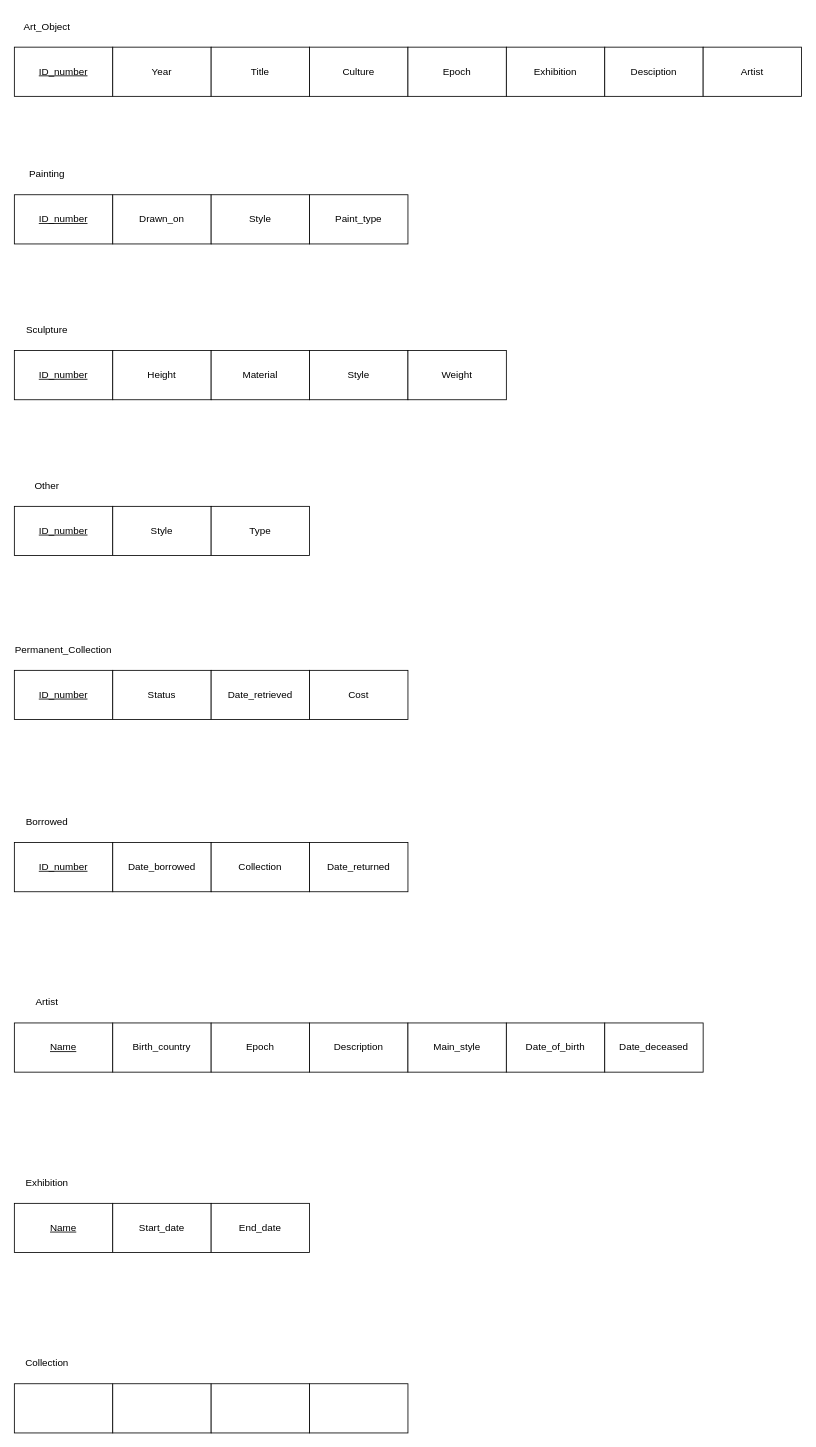
This is EERD.drawio from ENSF-300-F23/museum-project-l03-35, a draw.io file, before an edit. Source tidied: cells renumbered, new cells numbered last; positions are measured from the earlier drawing's top-left corner, leaving out a move shared by most shapes. Both pictures are drawn from the tidied source at 82%, with x=0, y=0 at pixel (14, 14).
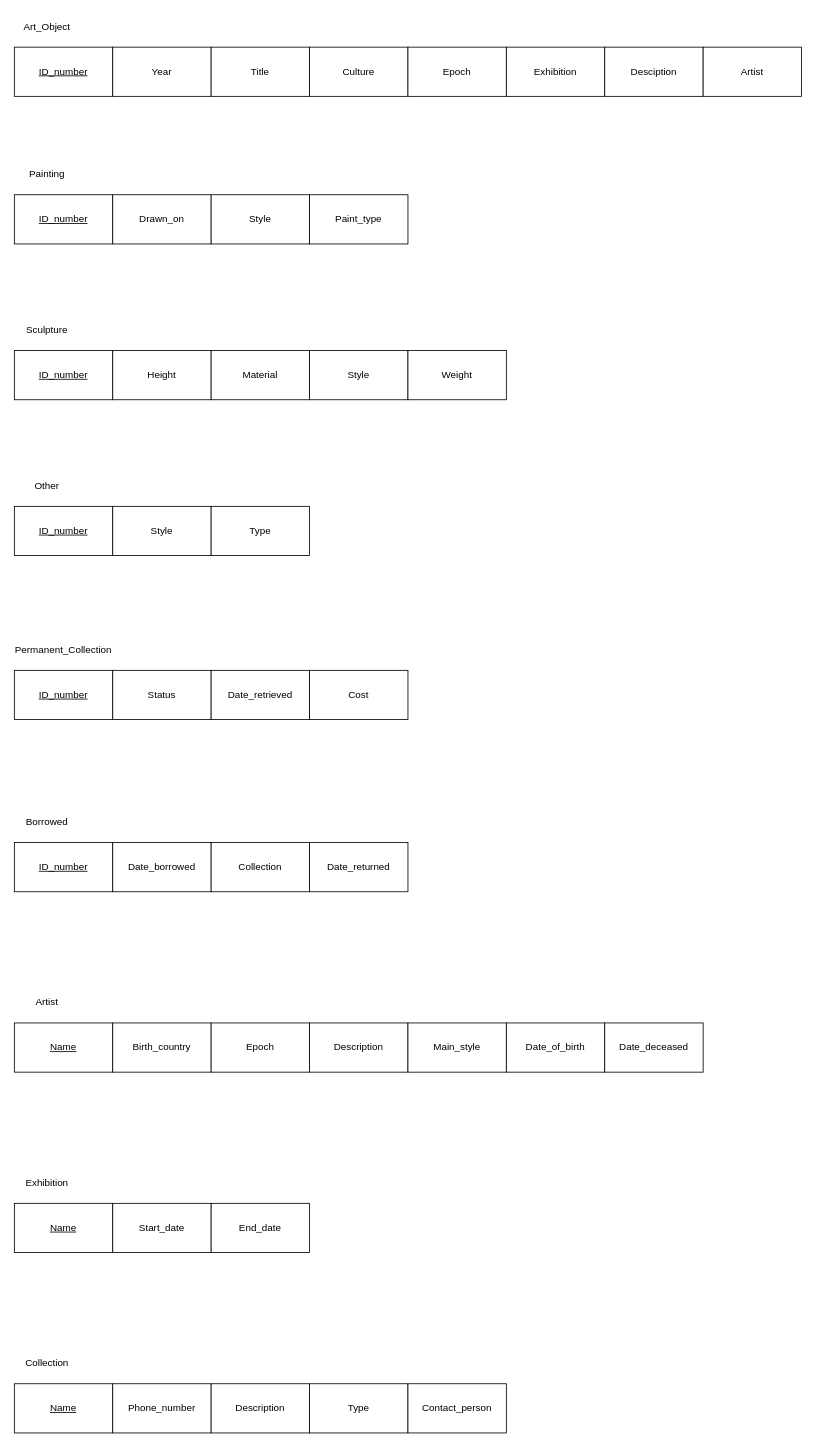
Above is the later version.

Commit message:
Added primary key and attributes for "Collection" entity

The edit, as a diff of the source:
```diff
@@
-    <mxCell id="41" style="rounded=0;whiteSpace=wrap;html=1;" parent="1" vertex="1">
+    <mxCell id="41" value="&lt;u&gt;Name&lt;/u&gt;" style="rounded=0;whiteSpace=wrap;html=1;" parent="1" vertex="1">
       <mxGeometry y="1670" width="120" height="60" as="geometry" />
     </mxCell>
-    <mxCell id="42" style="rounded=0;whiteSpace=wrap;html=1;" parent="1" vertex="1">
+    <mxCell id="42" value="Phone_number" style="rounded=0;whiteSpace=wrap;html=1;" parent="1" vertex="1">
       <mxGeometry x="120" y="1670" width="120" height="60" as="geometry" />
     </mxCell>
-    <mxCell id="43" style="rounded=0;whiteSpace=wrap;html=1;" parent="1" vertex="1">
+    <mxCell id="43" value="Description" style="rounded=0;whiteSpace=wrap;html=1;" parent="1" vertex="1">
       <mxGeometry x="240" y="1670" width="120" height="60" as="geometry" />
     </mxCell>
-    <mxCell id="44" style="rounded=0;whiteSpace=wrap;html=1;" parent="1" vertex="1">
+    <mxCell id="44" value="Type" style="rounded=0;whiteSpace=wrap;html=1;" parent="1" vertex="1">
       <mxGeometry x="360" y="1670" width="120" height="60" as="geometry" />
     </mxCell>
@@
+    <mxCell id="53" value="Contact_person" style="rounded=0;whiteSpace=wrap;html=1;" parent="1" vertex="1">
+      <mxGeometry x="480" y="1670" width="120" height="60" as="geometry" />
+    </mxCell>
```
